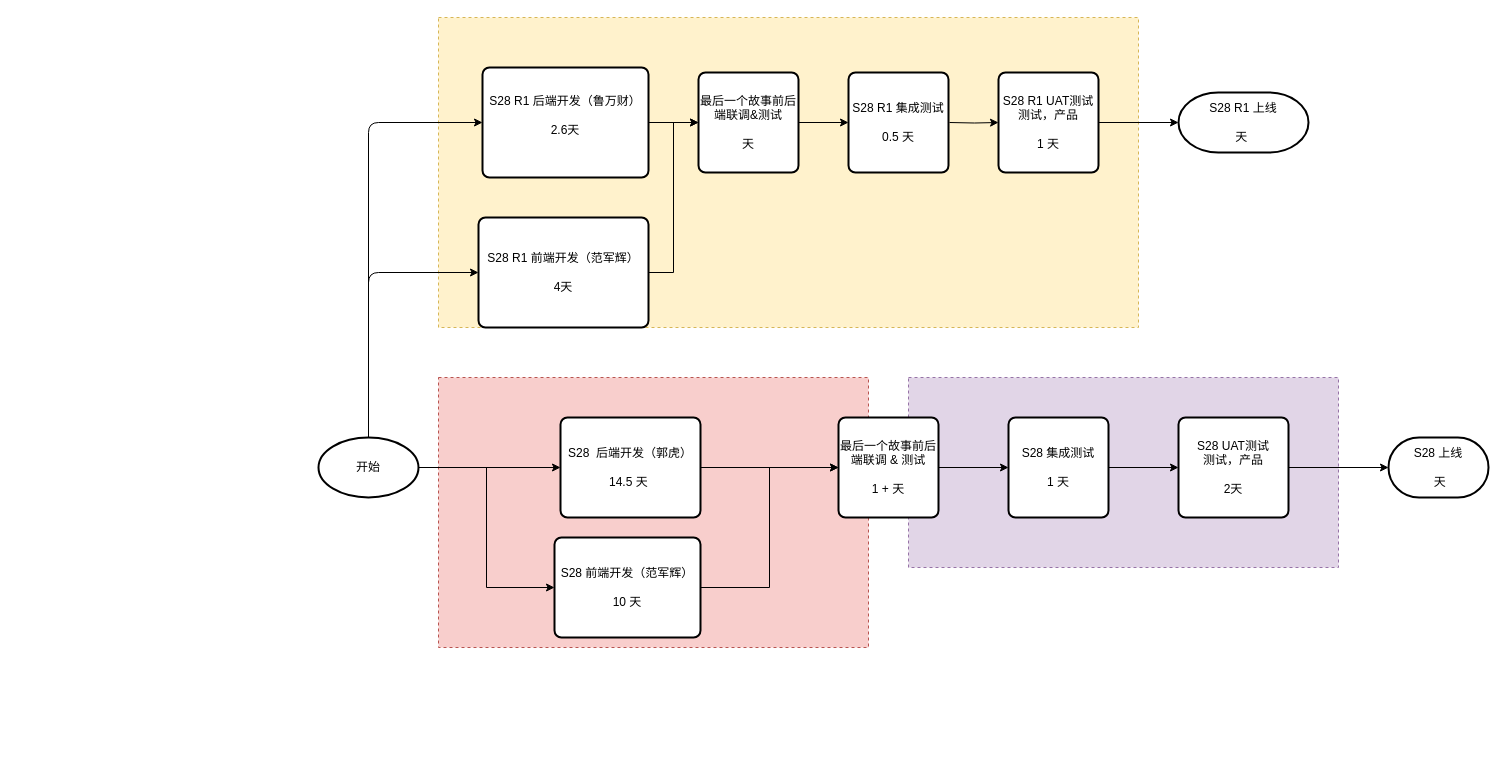
Above: page "Sprint28" (3 of 3) of C4I-Sprint-Path.drawio in xiaofeng1986/drawIO (draw.io), before the change. Source tidied: cells renumbered, new cells numbered last; positions are measured from the earlier drawing's top-left corner, leaving out a move shared by most shapes. Both pictures are drawn from the tidied source at 100%, with x=0, y=0 at pixel (18, 17).
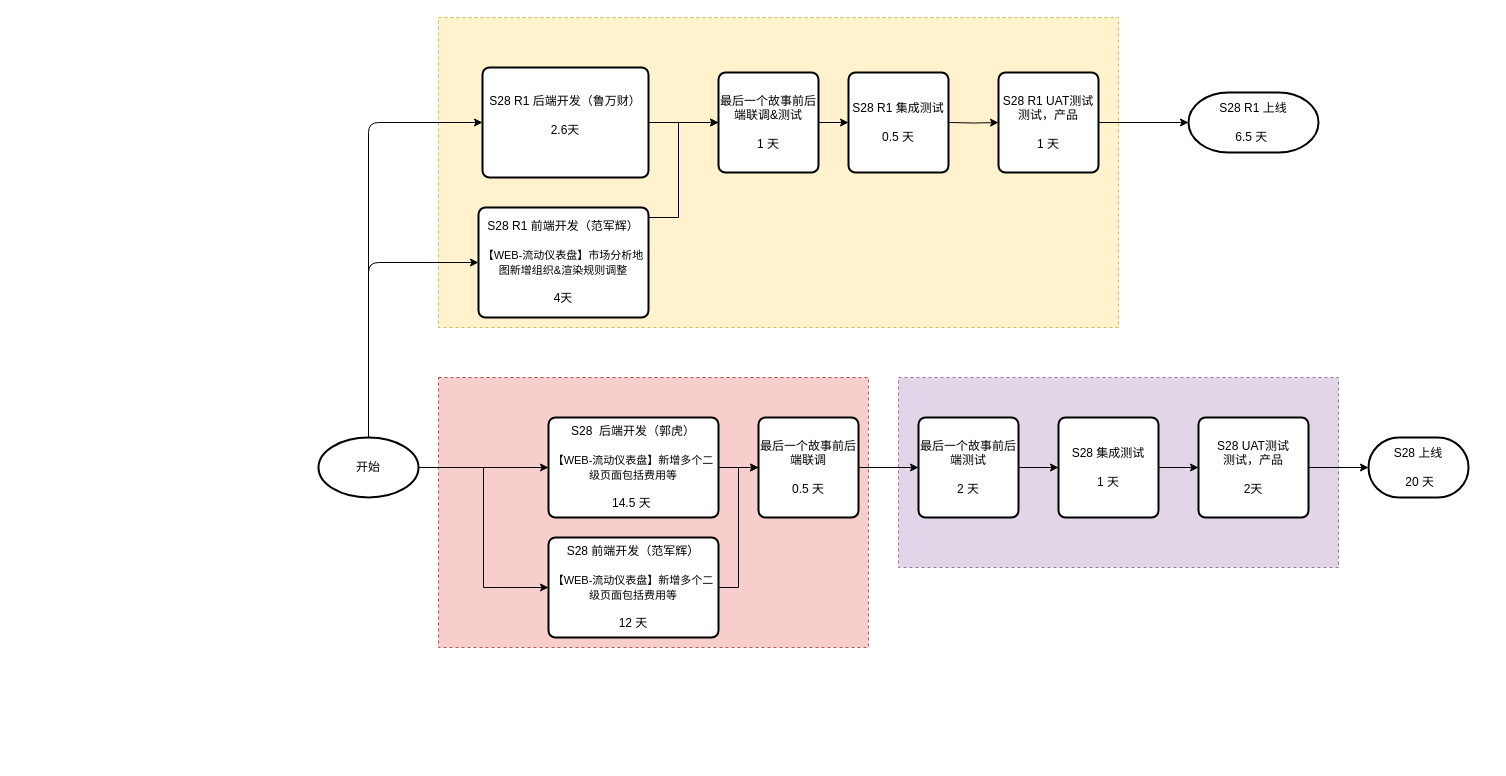
Above is the later version.

What changed in the source:
```diff
@@
     <mxCell id="2" style="rounded=0;whiteSpace=wrap;html=1;dashed=1;fillColor=#fff2cc;strokeColor=#d6b656;" parent="1" vertex="1">
-      <mxGeometry x="420" width="700" height="310" as="geometry" />
+      <mxGeometry x="420" width="680" height="310" as="geometry" />
     </mxCell>
     <mxCell id="3" style="rounded=0;whiteSpace=wrap;html=1;dashed=1;fillColor=#e1d5e7;strokeColor=#9673a6;" parent="1" vertex="1">
-      <mxGeometry x="890" y="360" width="430" height="190" as="geometry" />
+      <mxGeometry x="880" y="360" width="440" height="190" as="geometry" />
     </mxCell>
@@
-    <mxCell id="7" value="S28&amp;nbsp; 后端开发（郭虎）&lt;br&gt;&lt;br&gt;14.5 天&amp;nbsp;" style="rounded=1;whiteSpace=wrap;html=1;absoluteArcSize=1;arcSize=14;strokeWidth=2;" parent="1" vertex="1">
-      <mxGeometry x="542" y="400" width="140" height="100" as="geometry" />
+    <mxCell id="7" value="S28&amp;nbsp; 后端开发（郭虎）&lt;br&gt;&lt;br&gt;&lt;span style=&quot;font-family: &amp;#34;arial&amp;#34; ; text-align: left ; background-color: rgb(255 , 255 , 255)&quot;&gt;&lt;font style=&quot;font-size: 11px&quot;&gt;【WEB-流动仪表盘】新增多个二级页面包括费用等&lt;/font&gt;&lt;/span&gt;&lt;br&gt;&lt;br&gt;14.5 天&amp;nbsp;" style="rounded=1;whiteSpace=wrap;html=1;absoluteArcSize=1;arcSize=14;strokeWidth=2;" parent="1" vertex="1">
+      <mxGeometry x="530" y="400" width="170" height="100" as="geometry" />
     </mxCell>
@@
+    <mxCell id="34" style="edgeStyle=orthogonalEdgeStyle;rounded=0;jettySize=auto;html=1;" parent="1" edge="1" source="9" target="35">
+      <mxGeometry relative="1" as="geometry" />
+    </mxCell>
-    <mxCell id="9" value="最后一个故事前后端联调 &amp;amp; 测试&lt;br&gt;&lt;br&gt;1 + 天" style="rounded=1;whiteSpace=wrap;html=1;absoluteArcSize=1;arcSize=14;strokeWidth=2;" parent="1" vertex="1">
-      <mxGeometry x="820" y="400" width="100" height="100" as="geometry" />
+    <mxCell id="9" value="最后一个故事前后端联调&lt;br&gt;&lt;br&gt;0.5 天" style="rounded=1;whiteSpace=wrap;html=1;absoluteArcSize=1;arcSize=14;strokeWidth=2;" parent="1" vertex="1">
+      <mxGeometry x="740" y="400" width="100" height="100" as="geometry" />
     </mxCell>
-    <mxCell id="10" style="edgeStyle=orthogonalEdgeStyle;rounded=0;jettySize=auto;html=1;entryX=0;entryY=0.5;entryDx=0;entryDy=0;exitX=1;exitY=0.5;exitDx=0;exitDy=0;" parent="1" edge="1" source="9" target="31">
+    <mxCell id="10" style="edgeStyle=orthogonalEdgeStyle;rounded=0;jettySize=auto;html=1;entryX=0;entryY=0.5;entryDx=0;entryDy=0;exitX=1;exitY=0.5;exitDx=0;exitDy=0;" parent="1" edge="1" source="35" target="31">
       <mxGeometry relative="1" as="geometry" />
     </mxCell>
@@
-    <mxCell id="12" value="S28 前端开发（范军辉）&lt;br&gt;&lt;br&gt;10 天" style="rounded=1;whiteSpace=wrap;html=1;absoluteArcSize=1;arcSize=14;strokeWidth=2;" parent="1" vertex="1">
-      <mxGeometry x="536" y="520" width="146" height="100" as="geometry" />
+    <mxCell id="12" value="S28 前端开发（范军辉）&lt;br&gt;&lt;br&gt;&lt;span style=&quot;font-family: &amp;#34;arial&amp;#34; ; font-size: 11px ; text-align: left ; background-color: rgb(255 , 255 , 255)&quot;&gt;【WEB-流动仪表盘】新增多个二级页面包括费用等&lt;/span&gt;&lt;br&gt;&lt;br&gt;12 天" style="rounded=1;whiteSpace=wrap;html=1;absoluteArcSize=1;arcSize=14;strokeWidth=2;" parent="1" vertex="1">
+      <mxGeometry x="530" y="520" width="170" height="100" as="geometry" />
     </mxCell>
-    <mxCell id="13" value="S28 上线&lt;br&gt;&amp;nbsp;&lt;br&gt;&amp;nbsp;天" style="strokeWidth=2;html=1;shape=mxgraph.flowchart.terminator;whiteSpace=wrap;" parent="1" vertex="1">
-      <mxGeometry x="1370" y="420" width="100" height="60" as="geometry" />
+    <mxCell id="13" value="S28 上线&lt;br&gt;&amp;nbsp;&lt;br&gt;&amp;nbsp;20 天" style="strokeWidth=2;html=1;shape=mxgraph.flowchart.terminator;whiteSpace=wrap;" parent="1" vertex="1">
+      <mxGeometry x="1350" y="420" width="100" height="60" as="geometry" />
     </mxCell>
@@
-    <mxCell id="22" value="S28 R1 上线&lt;br&gt;&lt;br&gt;天&amp;nbsp;" style="strokeWidth=2;html=1;shape=mxgraph.flowchart.terminator;whiteSpace=wrap;" parent="1" vertex="1">
-      <mxGeometry x="1160" y="75" width="130" height="60" as="geometry" />
+    <mxCell id="22" value="S28 R1 上线&lt;br&gt;&lt;br&gt;6.5 天&amp;nbsp;" style="strokeWidth=2;html=1;shape=mxgraph.flowchart.terminator;whiteSpace=wrap;" parent="1" vertex="1">
+      <mxGeometry x="1170" y="75" width="130" height="60" as="geometry" />
     </mxCell>
@@
-    <mxCell id="24" style="edgeStyle=orthogonalEdgeStyle;rounded=0;jettySize=auto;html=1;entryX=0;entryY=0.5;entryDx=0;entryDy=0;" parent="1" edge="1" source="25" target="28">
-      <mxGeometry relative="1" as="geometry" />
+    <mxCell id="24" style="edgeStyle=orthogonalEdgeStyle;rounded=0;jettySize=auto;html=1;entryX=0;entryY=0.5;entryDx=0;entryDy=0;exitX=0.5;exitY=0;exitDx=0;exitDy=0;" parent="1" edge="1" source="25" target="28">
+      <mxGeometry relative="1" as="geometry">
+        <Array as="points">
+          <mxPoint x="660" y="200" />
+          <mxPoint x="660" y="105" />
+        </Array>
+      </mxGeometry>
     </mxCell>
-    <mxCell id="25" value="&lt;span style=&quot;text-align: left ; background-color: rgb(255 , 255 , 255)&quot;&gt;S28 R1 前端开发（范军辉）&lt;br&gt;&lt;/span&gt;&lt;span style=&quot;text-align: left ; background-color: rgb(255 , 255 , 255)&quot;&gt;&lt;br&gt;4天&lt;/span&gt;&lt;span style=&quot;text-align: left ; background-color: rgb(255 , 255 , 255)&quot;&gt;&lt;br&gt;&lt;/span&gt;" style="rounded=1;whiteSpace=wrap;html=1;absoluteArcSize=1;arcSize=14;strokeWidth=2;" parent="1" vertex="1">
-      <mxGeometry x="460" y="200" width="170" height="110" as="geometry" />
+    <mxCell id="25" value="&lt;span style=&quot;text-align: left ; background-color: rgb(255 , 255 , 255)&quot;&gt;S28 R1 前端开发（范军辉）&lt;br&gt;&lt;br&gt;&lt;/span&gt;&lt;span style=&quot;font-family: &amp;#34;arial&amp;#34; ; text-align: left ; background-color: rgb(255 , 255 , 255)&quot;&gt;&lt;font style=&quot;font-size: 11px&quot;&gt;【WEB-流动仪表盘】市场分析地图新增组织&amp;amp;渲染规则调整&lt;/font&gt;&lt;/span&gt;&lt;span style=&quot;text-align: left ; background-color: rgb(255 , 255 , 255)&quot;&gt;&lt;br&gt;&lt;/span&gt;&lt;span style=&quot;text-align: left ; background-color: rgb(255 , 255 , 255)&quot;&gt;&lt;br&gt;4天&lt;/span&gt;&lt;span style=&quot;text-align: left ; background-color: rgb(255 , 255 , 255)&quot;&gt;&lt;br&gt;&lt;/span&gt;" style="rounded=1;whiteSpace=wrap;html=1;absoluteArcSize=1;arcSize=14;strokeWidth=2;" parent="1" vertex="1">
+      <mxGeometry x="460" y="190" width="170" height="110" as="geometry" />
     </mxCell>
     <mxCell id="26" style="endArrow=classic;html=1;entryX=0;entryY=0.5;entryDx=0;entryDy=0;" parent="1" edge="1" target="25">
       <mxGeometry relative="1" as="geometry">
         <mxPoint x="350" y="420" as="sourcePoint" />
         <Array as="points">
-          <mxPoint x="350" y="255" />
+          <mxPoint x="350" y="245" />
         </Array>
       </mxGeometry>
     </mxCell>
@@
-    <mxCell id="28" value="最后一个故事前后端联调&amp;amp;测试&lt;br&gt;&lt;br&gt;天" style="rounded=1;whiteSpace=wrap;html=1;absoluteArcSize=1;arcSize=14;strokeWidth=2;" parent="1" vertex="1">
-      <mxGeometry x="680" y="55" width="100" height="100" as="geometry" />
+    <mxCell id="28" value="最后一个故事前后端联调&amp;amp;测试&lt;br&gt;&lt;br&gt;1 天" style="rounded=1;whiteSpace=wrap;html=1;absoluteArcSize=1;arcSize=14;strokeWidth=2;" parent="1" vertex="1">
+      <mxGeometry x="700" y="55" width="100" height="100" as="geometry" />
     </mxCell>
@@
     <mxCell id="31" value="S28 集成测试&lt;br&gt;&lt;br&gt;1 天" style="rounded=1;whiteSpace=wrap;html=1;absoluteArcSize=1;arcSize=14;strokeWidth=2;" parent="1" vertex="1">
-      <mxGeometry x="990" y="400" width="100" height="100" as="geometry" />
+      <mxGeometry x="1040" y="400" width="100" height="100" as="geometry" />
     </mxCell>
@@
     <mxCell id="33" value="S28 UAT测试&lt;br&gt;测试，产品&lt;br&gt;&lt;br&gt;2天" style="rounded=1;whiteSpace=wrap;html=1;absoluteArcSize=1;arcSize=14;strokeWidth=2;" parent="1" vertex="1">
-      <mxGeometry x="1160" y="400" width="110" height="100" as="geometry" />
+      <mxGeometry x="1180" y="400" width="110" height="100" as="geometry" />
     </mxCell>
+    <mxCell id="35" value="最后一个故事前后端测试&lt;br&gt;&lt;br&gt;2 天" style="rounded=1;whiteSpace=wrap;html=1;absoluteArcSize=1;arcSize=14;strokeWidth=2;" parent="1" vertex="1">
+      <mxGeometry x="900" y="400" width="100" height="100" as="geometry" />
+    </mxCell>
```
